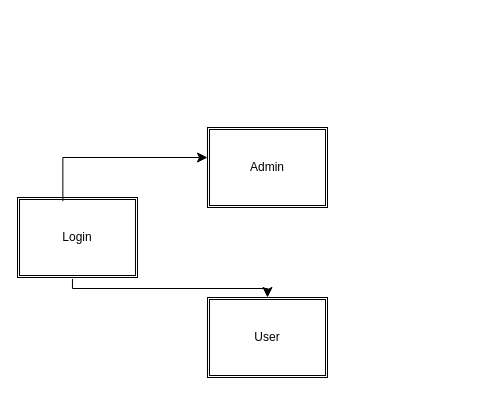
The draw.io diagram Calendify.drawio in Revin400/Web_app_development_2526, before the edit. Source tidied: cells renumbered, new cells numbered last; positions are measured from the earlier drawing's top-left corner, leaving out a move shared by most shapes. Both pictures are drawn from the tidied source at 100%, with x=0, y=0 at pixel (17, 127).
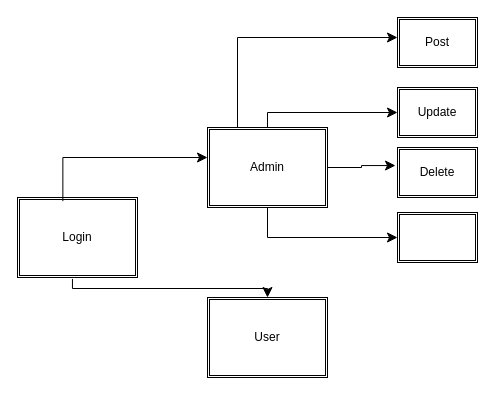
The same diagram, later.

The change refers to these unchanged cells:
```xml
<mxCell id="2" value="Admin" style="shape=ext;double=1;rounded=0;whiteSpace=wrap;html=1;" parent="1" vertex="1">
  <mxGeometry x="190" width="120" height="80" as="geometry" />
</mxCell>
```

The edit, as a diff of the source:
```diff
@@
+    <mxCell id="7" value="Post" style="shape=ext;double=1;rounded=0;whiteSpace=wrap;html=1;" parent="1" vertex="1">
+      <mxGeometry x="380" y="-110" width="80" height="50" as="geometry" />
+    </mxCell>
+    <mxCell id="8" value="Update" style="shape=ext;double=1;rounded=0;whiteSpace=wrap;html=1;" parent="1" vertex="1">
+      <mxGeometry x="380" y="-40" width="80" height="50" as="geometry" />
+    </mxCell>
+    <mxCell id="9" style="edgeStyle=none;html=1;exitX=0;exitY=0.5;exitDx=0;exitDy=0;" parent="1" edge="1" source="10">
+      <mxGeometry relative="1" as="geometry">
+        <mxPoint x="379.9" y="45" as="targetPoint" />
+      </mxGeometry>
+    </mxCell>
+    <mxCell id="10" value="Delete" style="shape=ext;double=1;rounded=0;whiteSpace=wrap;html=1;" parent="1" vertex="1">
+      <mxGeometry x="380" y="20" width="80" height="50" as="geometry" />
+    </mxCell>
+    <mxCell id="11" style="shape=ext;double=1;rounded=0;whiteSpace=wrap;html=1;" parent="1" vertex="1">
+      <mxGeometry x="380" y="85" width="80" height="50" as="geometry" />
+    </mxCell>
+    <mxCell id="12" style="edgeStyle=elbowEdgeStyle;elbow=vertical;endArrow=classic;html=1;curved=0;rounded=0;endSize=8;startSize=8;exitX=0.5;exitY=1;exitDx=0;exitDy=0;entryX=0;entryY=0.5;entryDx=0;entryDy=0;" parent="1" edge="1" source="2" target="11">
+      <mxGeometry relative="1" as="geometry">
+        <Array as="points">
+          <mxPoint x="290" y="110" />
+        </Array>
+      </mxGeometry>
+    </mxCell>
+    <mxCell id="13" style="edgeStyle=elbowEdgeStyle;elbow=horizontal;endArrow=classic;html=1;curved=0;rounded=0;endSize=8;startSize=8;entryX=0;entryY=0.5;entryDx=0;entryDy=0;" parent="1" edge="1" source="2" target="8">
+      <mxGeometry relative="1" as="geometry">
+        <Array as="points">
+          <mxPoint x="250" y="-20" />
+        </Array>
+      </mxGeometry>
+    </mxCell>
+    <mxCell id="14" style="edgeStyle=elbowEdgeStyle;elbow=horizontal;endArrow=classic;html=1;curved=0;rounded=0;endSize=8;startSize=8;exitX=0.25;exitY=0;exitDx=0;exitDy=0;entryX=0;entryY=0.4;entryDx=0;entryDy=0;entryPerimeter=0;" parent="1" edge="1" source="2" target="7">
+      <mxGeometry relative="1" as="geometry">
+        <Array as="points">
+          <mxPoint x="220" y="-80" />
+        </Array>
+      </mxGeometry>
+    </mxCell>
+    <mxCell id="15" style="edgeStyle=elbowEdgeStyle;elbow=horizontal;endArrow=classic;html=1;curved=0;rounded=0;endSize=8;startSize=8;exitX=1;exitY=0.5;exitDx=0;exitDy=0;entryX=-0.025;entryY=0.361;entryDx=0;entryDy=0;entryPerimeter=0;" parent="1" edge="1" source="2" target="10">
+      <mxGeometry relative="1" as="geometry">
+        <Array as="points">
+          <mxPoint x="344" y="50" />
+        </Array>
+      </mxGeometry>
+    </mxCell>
```
